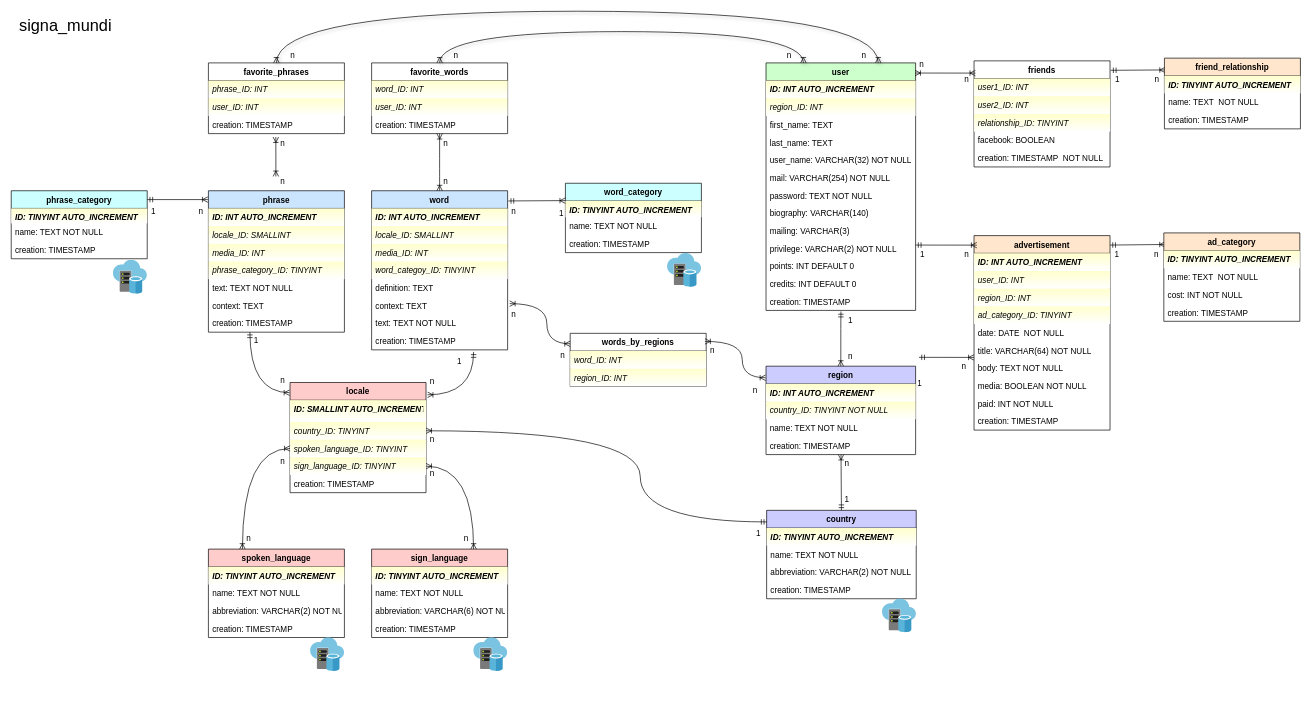
Earlier version of the draw.io diagram SQL/Diagram.drawio (Dialvive/HandsApp-API). Source tidied: cells renumbered, new cells numbered last; positions are measured from the earlier drawing's top-left corner, leaving out a move shared by most shapes. Both pictures are drawn from the tidied source at 68%, with x=0, y=0 at pixel (11, 11).
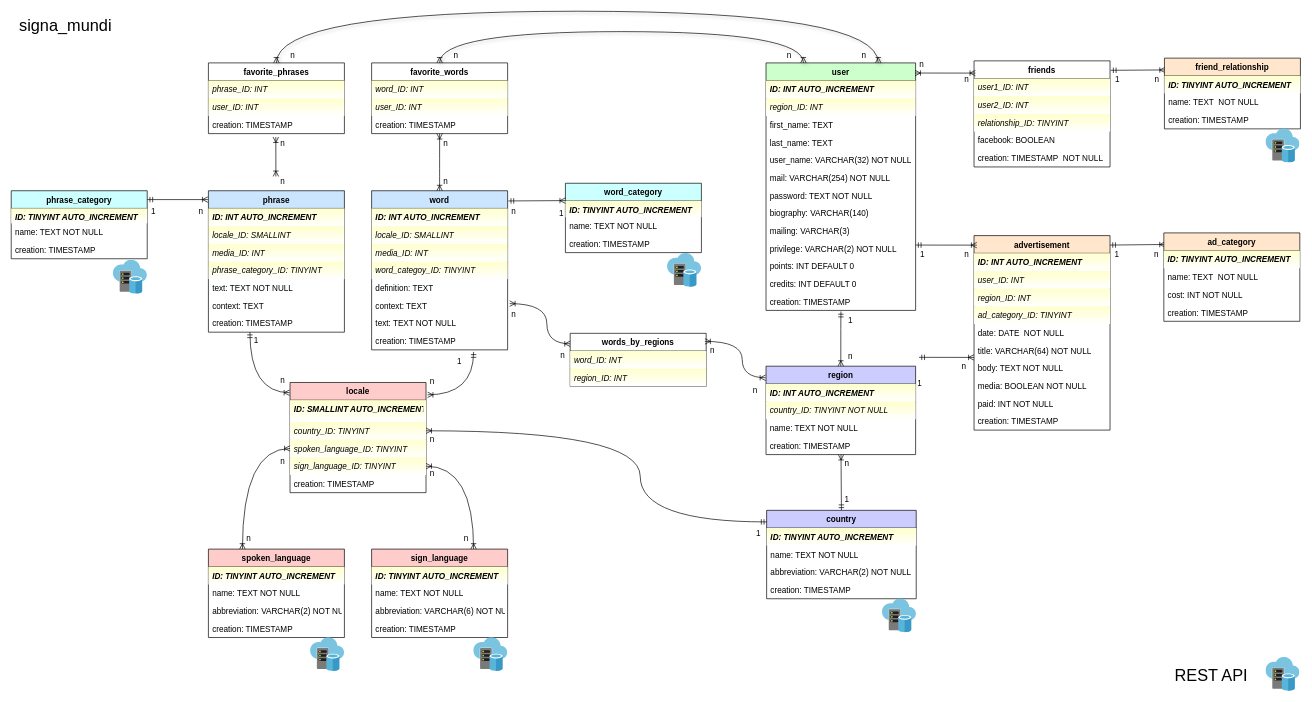
Above is the later version.

Change to the diagram source:
```diff
@@
+    <mxCell id="170" style="html=1;align=center;image;fontSize=12;image=img/lib/mscae/Virtual_Datacenter.svg;" parent="1" vertex="1">
+      <mxGeometry x="1845" y="950" width="50" height="50" as="geometry" />
+    </mxCell>
+    <mxCell id="171" value="REST API" style="text;strokeColor=none;spacingLeft=4;spacingRight=4;overflow=hidden;fontSize=24;labelBackgroundColor=none;align=center;verticalAlign=top;" parent="1" vertex="1">
+      <mxGeometry x="1685" y="955" width="160" height="40" as="geometry" />
+    </mxCell>
+    <mxCell id="172" style="html=1;align=center;image;fontSize=12;image=img/lib/mscae/Virtual_Datacenter.svg;" parent="1" vertex="1">
+      <mxGeometry x="1845" y="173" width="50" height="50" as="geometry" />
+    </mxCell>
```
